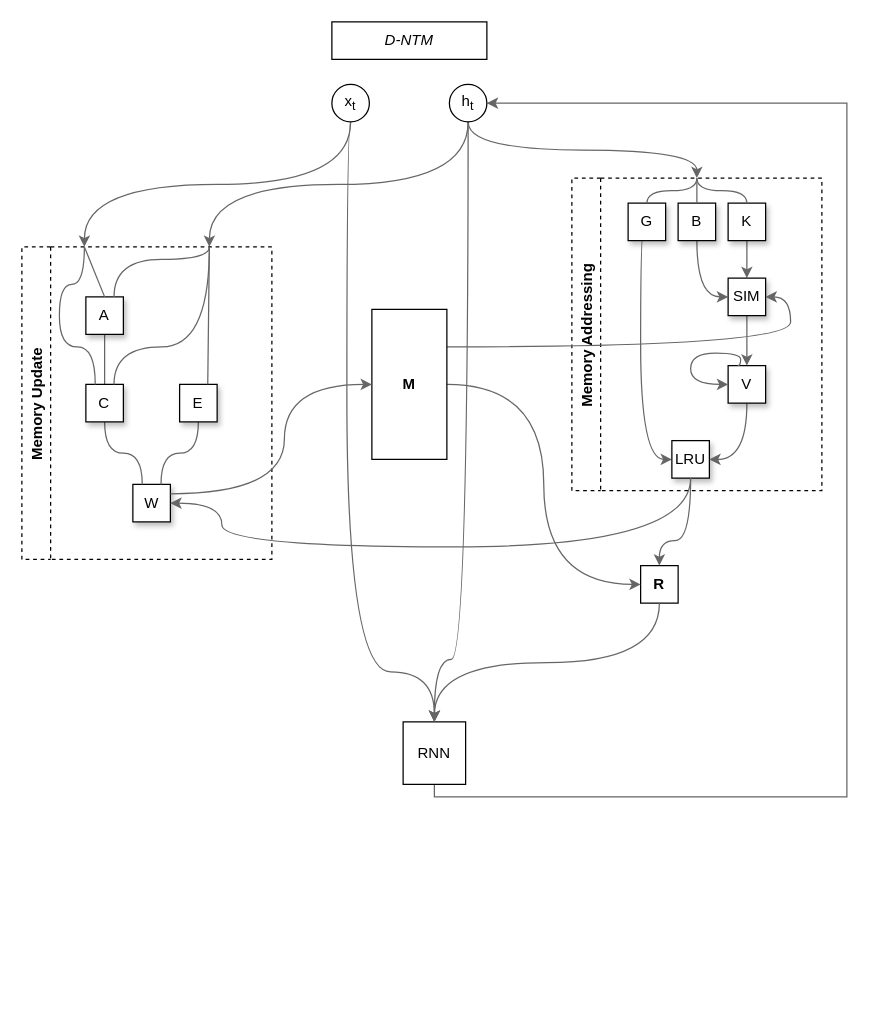
Above: reports/dntm.drawio in flavio2018/dntm (draw.io), before the change. Source tidied: cells renumbered, new cells numbered last; positions are measured from the earlier drawing's top-left corner, leaving out a move shared by most shapes. Both pictures are drawn from the tidied source at 125%, with x=0, y=0 at pixel (21, 21).
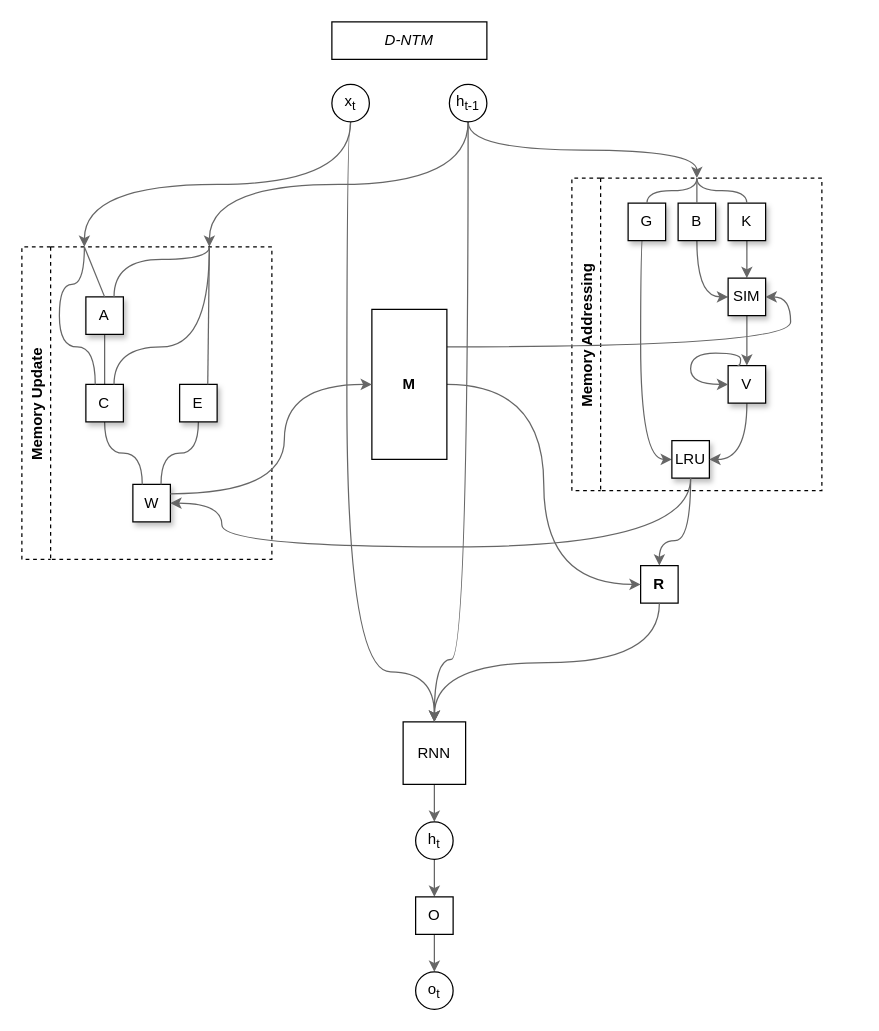
Above is the later version.

The change refers to these unchanged cells:
```xml
<mxCell id="25" value="RNN" style="whiteSpace=wrap;html=1;" parent="1" vertex="1">
  <mxGeometry x="305" y="560" width="50" height="50" as="geometry" />
</mxCell>
```

Diff of the diagram source:
```diff
@@
-    <mxCell id="24" style="edgeStyle=orthogonalEdgeStyle;rounded=0;jettySize=auto;html=1;exitX=0.5;exitY=1;exitDx=0;exitDy=0;entryX=1;entryY=0.5;entryDx=0;entryDy=0;endArrow=classic;endFill=1;fillColor=#f5f5f5;strokeColor=#666666;" parent="1" edge="1" source="25" target="49">
-      <mxGeometry relative="1" as="geometry">
-        <Array as="points">
-          <mxPoint x="330" y="620" />
-          <mxPoint x="660" y="620" />
-          <mxPoint x="660" y="65" />
-        </Array>
-      </mxGeometry>
-    </mxCell>
+    <mxCell id="50" style="edgeStyle=orthogonalEdgeStyle;curved=1;rounded=0;jettySize=auto;html=1;exitX=0.5;exitY=1;exitDx=0;exitDy=0;entryX=0.5;entryY=0;entryDx=0;entryDy=0;fillColor=#f5f5f5;strokeColor=#666666;" parent="1" edge="1" source="25" target="52">
+      <mxGeometry relative="1" as="geometry" />
+    </mxCell>
@@
-    <mxCell id="49" value="h&lt;sub&gt;t&lt;/sub&gt;" style="ellipse;whiteSpace=wrap;html=1;" parent="1" vertex="1">
+    <mxCell id="49" value="h&lt;sub&gt;t-1&lt;/sub&gt;" style="ellipse;whiteSpace=wrap;html=1;" parent="1" vertex="1">
       <mxGeometry x="342" y="50" width="30" height="30" as="geometry" />
     </mxCell>
+    <mxCell id="51" style="edgeStyle=orthogonalEdgeStyle;curved=1;rounded=0;jettySize=auto;html=1;exitX=0.5;exitY=1;exitDx=0;exitDy=0;entryX=0.5;entryY=0;entryDx=0;entryDy=0;fillColor=#f5f5f5;strokeColor=#666666;" parent="1" edge="1" source="52" target="54">
+      <mxGeometry relative="1" as="geometry" />
+    </mxCell>
+    <mxCell id="52" value="h&lt;sub&gt;t&lt;/sub&gt;" style="ellipse;whiteSpace=wrap;html=1;" parent="1" vertex="1">
+      <mxGeometry x="315" y="640" width="30" height="30" as="geometry" />
+    </mxCell>
+    <mxCell id="53" style="edgeStyle=orthogonalEdgeStyle;curved=1;rounded=0;jettySize=auto;html=1;exitX=0.5;exitY=1;exitDx=0;exitDy=0;entryX=0.5;entryY=0;entryDx=0;entryDy=0;fillColor=#f5f5f5;strokeColor=#666666;" parent="1" edge="1" source="54" target="55">
+      <mxGeometry relative="1" as="geometry" />
+    </mxCell>
+    <mxCell id="54" value="O" style="whiteSpace=wrap;html=1;" parent="1" vertex="1">
+      <mxGeometry x="315" y="700" width="30" height="30" as="geometry" />
+    </mxCell>
+    <mxCell id="55" value="o&lt;sub&gt;t&lt;/sub&gt;" style="ellipse;whiteSpace=wrap;html=1;" parent="1" vertex="1">
+      <mxGeometry x="315" y="760" width="30" height="30" as="geometry" />
+    </mxCell>
```
